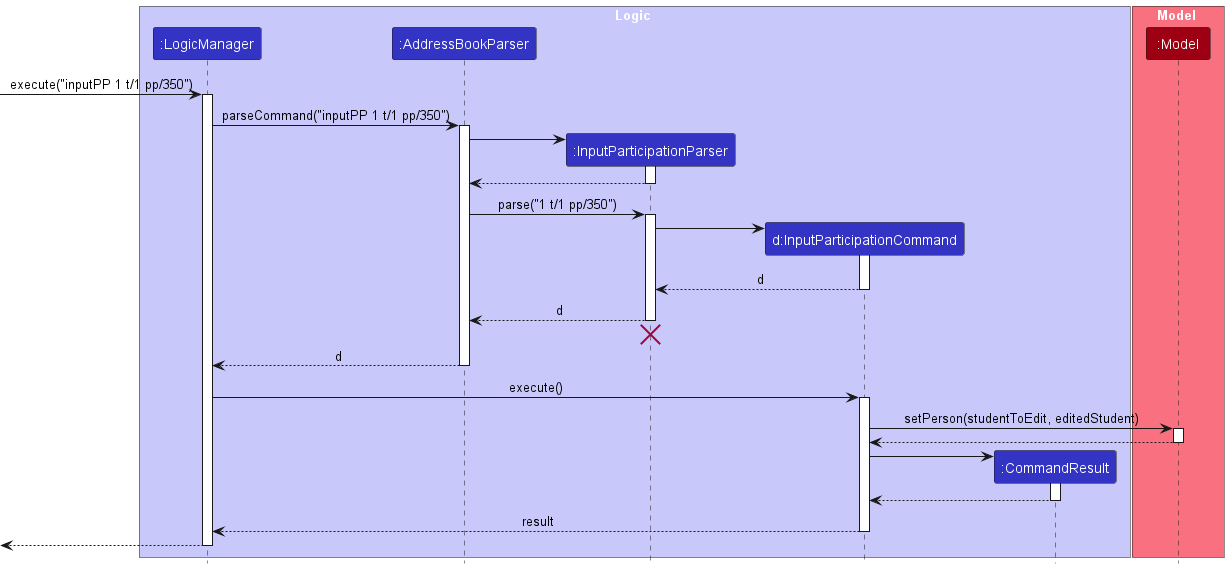
proto-aiken-13/tp keeps this PlantUML diagram as docs/images/InputParticipationSequenceDiagram.png. Above is the earlier version.
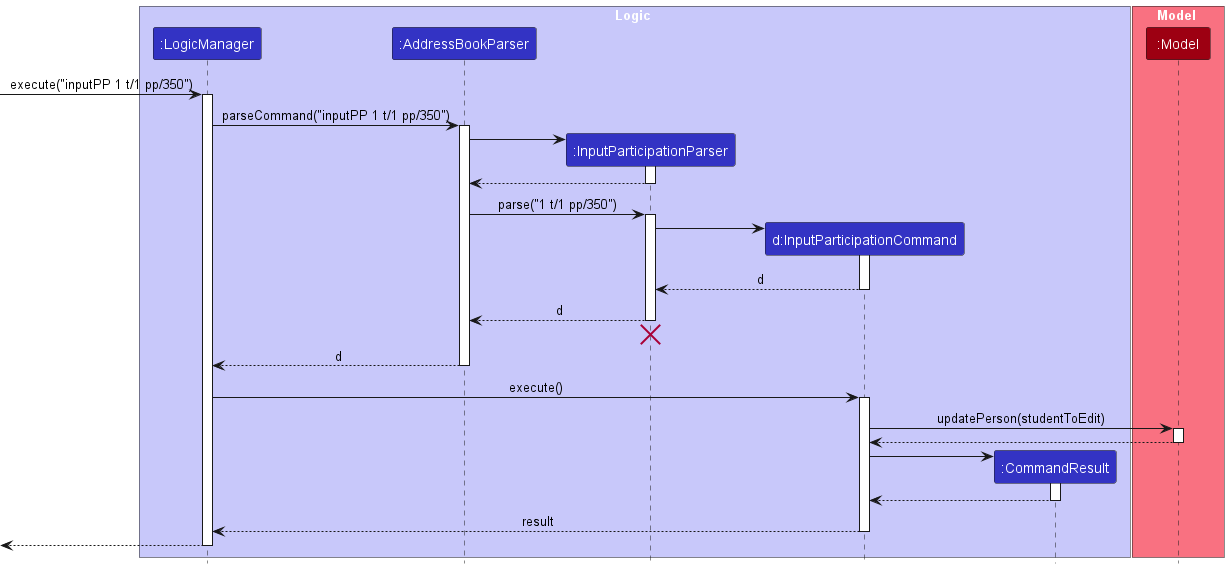
After the change.

The edit, as a diff of the source:
```diff
@@ -48,7 +48,7 @@
 LogicManager -> InputParticipationCommand : execute()
 activate InputParticipationCommand
 
-InputParticipationCommand -> Model : setPerson(studentToEdit, editedStudent)
+InputParticipationCommand -> Model : updatePerson(studentToEdit)
 activate Model
 
 Model --> InputParticipationCommand
```
